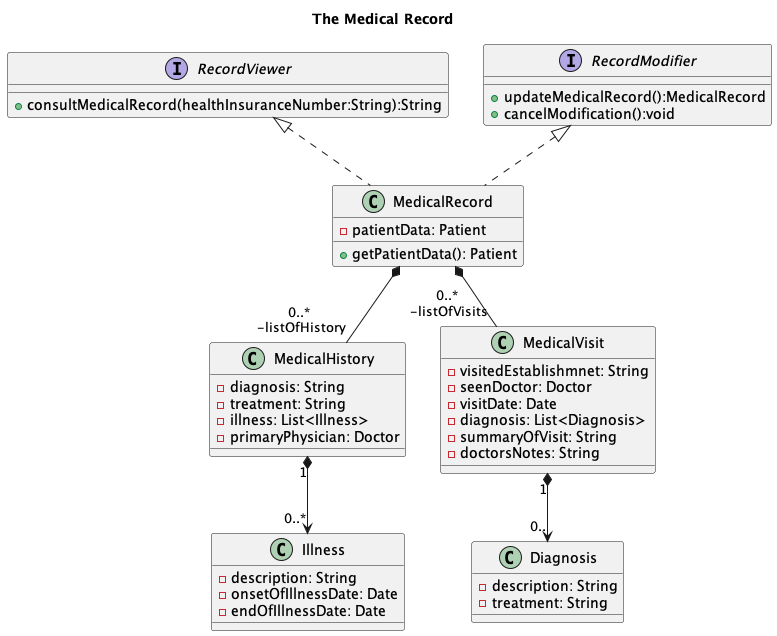
Before: _models/classDiagram/MedicalRecord.png, a diagram exported from PlantUML (CyberFery/med).
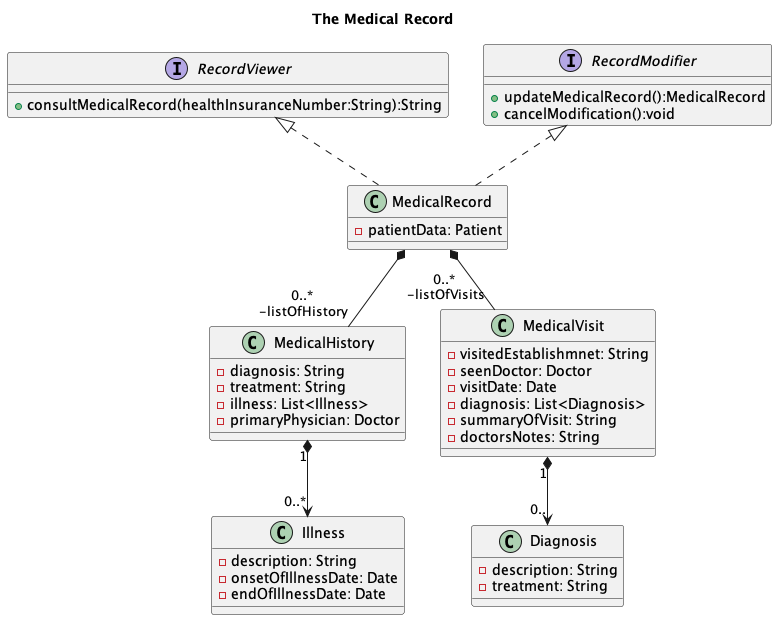
The same file after the commit.

Change to the diagram source:
```diff
@@ -13,7 +13,6 @@
 
 class MedicalRecord implements RecordModifier, RecordViewer{
 -patientData: Patient
-+getPatientData(): Patient
 }
 
 class MedicalHistory{
```
